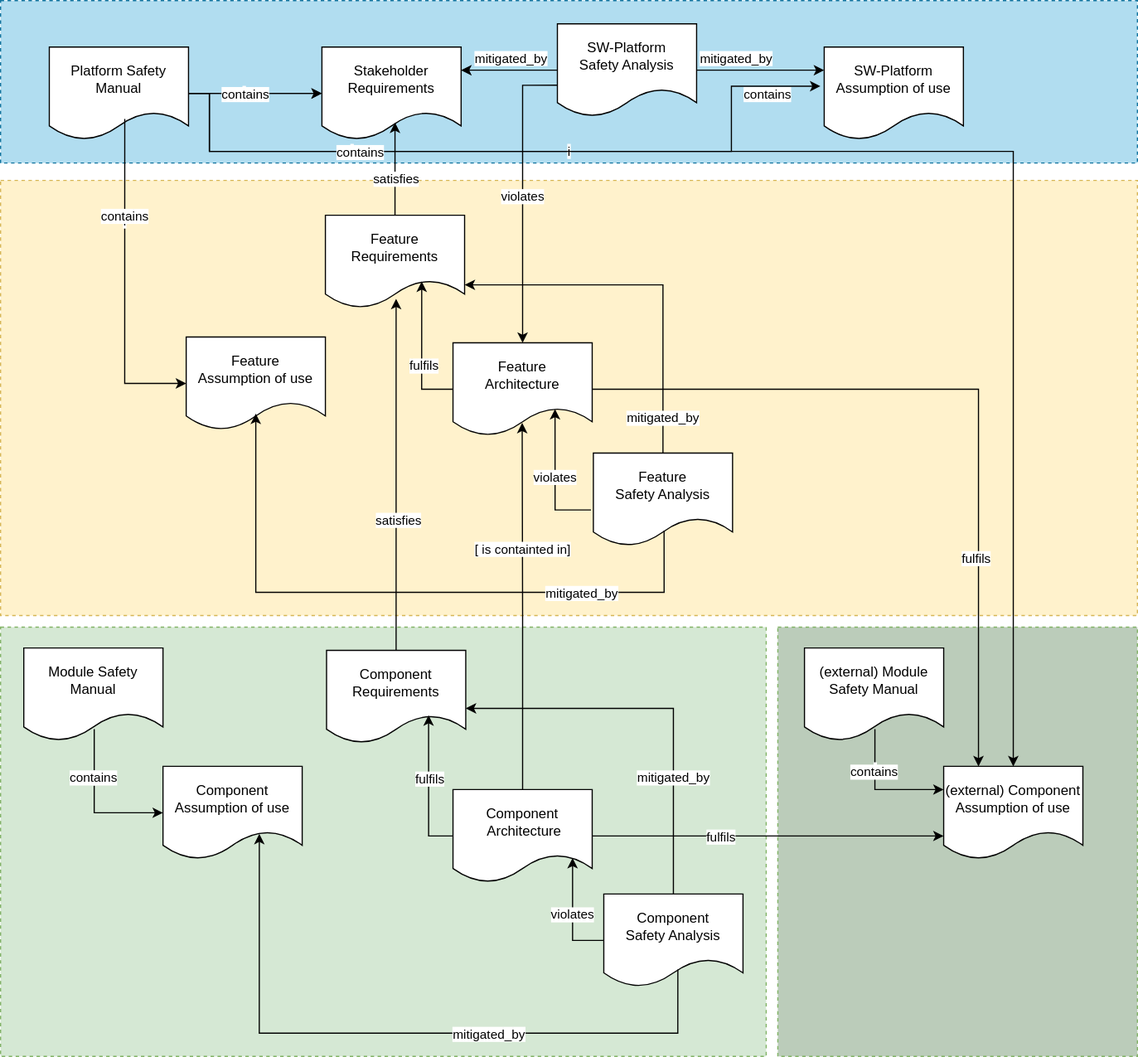
This is pr-461/_images/aou_traceability.drawio.svg from eclipse-score/process_description, a draw.io export, as it was before one commit. Source tidied: cells renumbered, new cells last; positions are measured from the earlier drawing's top-left corner, leaving out a move shared by most shapes. The source it was exported from:
```xml
<mxGraphModel>
  <root>
    <mxCell id="0" />
    <mxCell id="1" parent="0" />
    <mxCell id="2" style="rounded=0;whiteSpace=wrap;html=1;dashed=1;fillColor=#b1ddf0;strokeColor=#10739e;" parent="1" vertex="1">
      <mxGeometry width="980" height="140" as="geometry" />
    </mxCell>
    <mxCell id="3" style="rounded=0;whiteSpace=wrap;html=1;dashed=1;fillColor=#fff2cc;strokeColor=#d6b656;" parent="1" vertex="1">
      <mxGeometry y="155" width="980" height="375" as="geometry" />
    </mxCell>
    <mxCell id="4" style="rounded=0;whiteSpace=wrap;html=1;dashed=1;fillColor=#d5e8d4;strokeColor=#82b366;" parent="1" vertex="1">
      <mxGeometry y="540" width="660" height="370" as="geometry" />
    </mxCell>
    <mxCell id="5" value="i" style="edgeStyle=orthogonalEdgeStyle;rounded=0;jettySize=auto;html=1;endArrow=none;endFill=0;startArrow=classic;startFill=1;exitX=0;exitY=0.5;exitDx=0;exitDy=0;entryX=0.506;entryY=0.874;entryDx=0;entryDy=0;entryPerimeter=0;" parent="1" edge="1" source="7" target="22">
      <mxGeometry x="0.36" relative="1" as="geometry">
        <Array as="points">
          <mxPoint x="81" y="700" />
        </Array>
      </mxGeometry>
    </mxCell>
    <mxCell id="6" value="contains" style="edgeLabel;html=1;align=center;verticalAlign=middle;" parent="5" vertex="1">
      <mxGeometry x="0.44" relative="1" as="geometry">
        <mxPoint x="-1" y="5" as="offset" />
      </mxGeometry>
    </mxCell>
    <mxCell id="7" value="Component Assumption of use" style="shape=document;whiteSpace=wrap;html=1;boundedLbl=1;" parent="1" vertex="1">
      <mxGeometry x="140" y="660" width="120" height="80" as="geometry" />
    </mxCell>
    <mxCell id="8" value="Stakeholder&lt;br&gt;Requirements" style="shape=document;whiteSpace=wrap;html=1;boundedLbl=1;" parent="1" vertex="1">
      <mxGeometry x="277" y="40" width="120" height="80" as="geometry" />
    </mxCell>
    <mxCell id="9" style="edgeStyle=orthogonalEdgeStyle;rounded=0;jettySize=auto;html=1;entryX=0.525;entryY=0.813;entryDx=0;entryDy=0;entryPerimeter=0;" parent="1" edge="1" source="11" target="8">
      <mxGeometry relative="1" as="geometry" />
    </mxCell>
    <mxCell id="10" value="satisfies" style="edgeLabel;html=1;align=center;verticalAlign=middle;" parent="9" vertex="1">
      <mxGeometry x="-0.19" relative="1" as="geometry" />
    </mxCell>
    <mxCell id="11" value="Feature Requirements" style="shape=document;whiteSpace=wrap;html=1;boundedLbl=1;" parent="1" vertex="1">
      <mxGeometry x="280" y="185" width="120" height="80" as="geometry" />
    </mxCell>
    <mxCell id="12" style="edgeStyle=orthogonalEdgeStyle;rounded=0;jettySize=auto;html=1;entryX=0.508;entryY=0.9;entryDx=0;entryDy=0;entryPerimeter=0;" parent="1" edge="1" source="15" target="11">
      <mxGeometry relative="1" as="geometry" />
    </mxCell>
    <mxCell id="13" value="satisfies" style="edgeLabel;html=1;align=center;verticalAlign=middle;" parent="12" vertex="1">
      <mxGeometry x="-0.25" y="-2" relative="1" as="geometry" />
    </mxCell>
    <mxCell id="14" value="mitigated_by" style="edgeStyle=orthogonalEdgeStyle;rounded=0;jettySize=auto;html=1;entryX=0.5;entryY=0;entryDx=0;entryDy=0;exitX=1;exitY=0.625;exitDx=0;exitDy=0;exitPerimeter=0;startArrow=classic;startFill=1;endArrow=none;endFill=0;" parent="1" edge="1" source="15" target="24">
      <mxGeometry x="0.41" relative="1" as="geometry">
        <Array as="points">
          <mxPoint x="580" y="610" />
        </Array>
      </mxGeometry>
    </mxCell>
    <mxCell id="15" value="Component Requirements" style="shape=document;whiteSpace=wrap;html=1;boundedLbl=1;" parent="1" vertex="1">
      <mxGeometry x="281" y="560" width="120" height="80" as="geometry" />
    </mxCell>
    <mxCell id="16" style="edgeStyle=orthogonalEdgeStyle;rounded=0;jettySize=auto;html=1;entryX=0.733;entryY=0.7;entryDx=0;entryDy=0;entryPerimeter=0;exitX=0;exitY=0.5;exitDx=0;exitDy=0;" parent="1" edge="1" source="19" target="15">
      <mxGeometry relative="1" as="geometry" />
    </mxCell>
    <mxCell id="17" value="fulfils" style="edgeLabel;html=1;align=center;verticalAlign=middle;" parent="16" vertex="1">
      <mxGeometry x="-0.05" relative="1" as="geometry">
        <mxPoint x="1" y="-12" as="offset" />
      </mxGeometry>
    </mxCell>
    <mxCell id="18" value="[ is containted in]" style="edgeStyle=orthogonalEdgeStyle;rounded=0;jettySize=auto;html=1;entryX=0.497;entryY=0.862;entryDx=0;entryDy=0;entryPerimeter=0;" parent="1" edge="1" source="19" target="27">
      <mxGeometry x="0.29" relative="1" as="geometry">
        <mxPoint y="-2" as="offset" />
      </mxGeometry>
    </mxCell>
    <mxCell id="19" value="Component&lt;br&gt;&amp;nbsp;Architecture" style="shape=document;whiteSpace=wrap;html=1;boundedLbl=1;" parent="1" vertex="1">
      <mxGeometry x="390" y="680" width="120" height="80" as="geometry" />
    </mxCell>
    <mxCell id="20" style="edgeStyle=orthogonalEdgeStyle;rounded=0;jettySize=auto;html=1;entryX=0.692;entryY=0.713;entryDx=0;entryDy=0;entryPerimeter=0;exitX=0;exitY=0.5;exitDx=0;exitDy=0;" parent="1" edge="1" source="27" target="11">
      <mxGeometry relative="1" as="geometry" />
    </mxCell>
    <mxCell id="21" value="fulfils" style="edgeLabel;html=1;align=center;verticalAlign=middle;" parent="20" vertex="1">
      <mxGeometry x="-0.21" y="-1" relative="1" as="geometry" />
    </mxCell>
    <mxCell id="22" value="Module Safety Manual" style="shape=document;whiteSpace=wrap;html=1;boundedLbl=1;" parent="1" vertex="1">
      <mxGeometry x="20" y="558" width="120" height="80" as="geometry" />
    </mxCell>
    <mxCell id="23" value="violates" style="edgeStyle=orthogonalEdgeStyle;rounded=0;jettySize=auto;html=1;entryX=0.859;entryY=0.737;entryDx=0;entryDy=0;entryPerimeter=0;" parent="1" edge="1" source="24" target="19">
      <mxGeometry relative="1" as="geometry" />
    </mxCell>
    <mxCell id="24" value="Component&lt;br&gt;Safety Analysis" style="shape=document;whiteSpace=wrap;html=1;boundedLbl=1;" parent="1" vertex="1">
      <mxGeometry x="520" y="770" width="120" height="80" as="geometry" />
    </mxCell>
    <mxCell id="25" style="edgeStyle=orthogonalEdgeStyle;rounded=0;jettySize=auto;html=1;exitX=0.692;exitY=0.727;exitDx=0;exitDy=0;exitPerimeter=0;entryX=0.532;entryY=0.815;entryDx=0;entryDy=0;entryPerimeter=0;startArrow=classic;startFill=1;endArrow=none;endFill=0;" parent="1" edge="1" source="7" target="24">
      <mxGeometry relative="1" as="geometry">
        <Array as="points">
          <mxPoint x="223" y="890" />
          <mxPoint x="584" y="890" />
        </Array>
      </mxGeometry>
    </mxCell>
    <mxCell id="26" value="mitigated_by" style="edgeLabel;html=1;align=center;verticalAlign=middle;" parent="25" vertex="1">
      <mxGeometry x="-0.09" y="1" relative="1" as="geometry">
        <mxPoint x="103" y="1" as="offset" />
      </mxGeometry>
    </mxCell>
    <mxCell id="27" value="Feature&lt;br&gt;Architecture" style="shape=document;whiteSpace=wrap;html=1;boundedLbl=1;" parent="1" vertex="1">
      <mxGeometry x="390" y="295" width="120" height="80" as="geometry" />
    </mxCell>
    <mxCell id="28" value="&lt;div style=&quot;font-family: Consolas, &amp;quot;Courier New&amp;quot;, monospace; line-height: 19px;&quot;&gt;&lt;br&gt;&lt;/div&gt;" style="text;html=1;align=center;verticalAlign=middle;strokeColor=none;fillColor=none;fontSize=6;fontColor=#000000;" parent="1" vertex="1">
      <mxGeometry x="325" y="220" width="20" height="30" as="geometry" />
    </mxCell>
    <mxCell id="29" value="Feature&lt;br&gt;Safety Analysis" style="shape=document;whiteSpace=wrap;html=1;boundedLbl=1;" parent="1" vertex="1">
      <mxGeometry x="511" y="390" width="120" height="80" as="geometry" />
    </mxCell>
    <mxCell id="30" value="Feature&lt;br&gt;Assumption of use" style="shape=document;whiteSpace=wrap;html=1;boundedLbl=1;" parent="1" vertex="1">
      <mxGeometry x="160" y="290" width="120" height="80" as="geometry" />
    </mxCell>
    <mxCell id="31" style="edgeStyle=orthogonalEdgeStyle;rounded=0;jettySize=auto;html=1;entryX=0.508;entryY=0.838;entryDx=0;entryDy=0;entryPerimeter=0;exitX=0.5;exitY=0.825;exitDx=0;exitDy=0;exitPerimeter=0;startArrow=classic;startFill=1;endArrow=none;endFill=0;" parent="1" edge="1" source="30" target="29">
      <mxGeometry relative="1" as="geometry">
        <Array as="points">
          <mxPoint x="220" y="510" />
          <mxPoint x="572" y="510" />
        </Array>
      </mxGeometry>
    </mxCell>
    <mxCell id="32" value="mitigated_by" style="edgeLabel;html=1;align=center;verticalAlign=middle;" parent="31" vertex="1">
      <mxGeometry x="-0.09" y="1" relative="1" as="geometry">
        <mxPoint x="180" y="1" as="offset" />
      </mxGeometry>
    </mxCell>
    <mxCell id="33" style="edgeStyle=orthogonalEdgeStyle;rounded=0;jettySize=auto;html=1;" parent="1" edge="1" source="34" target="8">
      <mxGeometry relative="1" as="geometry" />
    </mxCell>
    <mxCell id="34" value="Platform Safety Manual" style="shape=document;whiteSpace=wrap;html=1;boundedLbl=1;" parent="1" vertex="1">
      <mxGeometry x="42" y="40" width="120" height="80" as="geometry" />
    </mxCell>
    <mxCell id="35" value="i" style="edgeStyle=orthogonalEdgeStyle;rounded=0;jettySize=auto;html=1;endArrow=none;endFill=0;startArrow=classic;startFill=1;exitX=0;exitY=0.5;exitDx=0;exitDy=0;entryX=0.542;entryY=0.775;entryDx=0;entryDy=0;entryPerimeter=0;" parent="1" edge="1" source="30" target="34">
      <mxGeometry x="0.37" relative="1" as="geometry">
        <Array as="points">
          <mxPoint x="107" y="330" />
        </Array>
      </mxGeometry>
    </mxCell>
    <mxCell id="36" value="contains" style="edgeLabel;html=1;align=center;verticalAlign=middle;" parent="35" vertex="1">
      <mxGeometry x="0.44" relative="1" as="geometry">
        <mxPoint x="-1" y="5" as="offset" />
      </mxGeometry>
    </mxCell>
    <mxCell id="37" value="i" style="edgeStyle=orthogonalEdgeStyle;rounded=0;jettySize=auto;html=1;endArrow=none;endFill=0;startArrow=classic;startFill=1;exitX=0;exitY=0.5;exitDx=0;exitDy=0;entryX=1;entryY=0.5;entryDx=0;entryDy=0;" parent="1" edge="1" source="8" target="34">
      <mxGeometry x="0.17" relative="1" as="geometry" />
    </mxCell>
    <mxCell id="38" value="contains" style="edgeLabel;html=1;align=center;verticalAlign=middle;" parent="37" vertex="1">
      <mxGeometry x="0.44" relative="1" as="geometry">
        <mxPoint x="16" as="offset" />
      </mxGeometry>
    </mxCell>
    <mxCell id="39" value="mitigated_by" style="edgeStyle=orthogonalEdgeStyle;rounded=0;jettySize=auto;html=1;entryX=0.5;entryY=0;entryDx=0;entryDy=0;exitX=1;exitY=0.75;exitDx=0;exitDy=0;startArrow=classic;startFill=1;endArrow=none;endFill=0;" parent="1" edge="1" source="11" target="29">
      <mxGeometry x="0.81" relative="1" as="geometry">
        <Array as="points">
          <mxPoint x="571" y="245" />
        </Array>
      </mxGeometry>
    </mxCell>
    <mxCell id="40" value="violates" style="edgeStyle=orthogonalEdgeStyle;rounded=0;jettySize=auto;html=1;entryX=0.733;entryY=0.713;entryDx=0;entryDy=0;entryPerimeter=0;exitX=-0.017;exitY=0.613;exitDx=0;exitDy=0;exitPerimeter=0;" parent="1" edge="1" source="29" target="27">
      <mxGeometry relative="1" as="geometry" />
    </mxCell>
    <mxCell id="41" style="rounded=0;whiteSpace=wrap;html=1;dashed=1;fillColor=#bbccba;strokeColor=#82b366;" parent="1" vertex="1">
      <mxGeometry x="670" y="540" width="310" height="370" as="geometry" />
    </mxCell>
    <mxCell id="42" value="i" style="edgeStyle=orthogonalEdgeStyle;rounded=0;jettySize=auto;html=1;endArrow=none;endFill=0;startArrow=classic;startFill=1;exitX=0;exitY=0.25;exitDx=0;exitDy=0;entryX=0.506;entryY=0.874;entryDx=0;entryDy=0;entryPerimeter=0;" parent="1" edge="1" source="44" target="45">
      <mxGeometry x="0.36" relative="1" as="geometry">
        <Array as="points">
          <mxPoint x="754" y="680" />
        </Array>
      </mxGeometry>
    </mxCell>
    <mxCell id="43" value="contains" style="edgeLabel;html=1;align=center;verticalAlign=middle;" parent="42" vertex="1">
      <mxGeometry x="0.44" relative="1" as="geometry">
        <mxPoint x="-1" y="5" as="offset" />
      </mxGeometry>
    </mxCell>
    <mxCell id="44" value="(external) Component Assumption of use" style="shape=document;whiteSpace=wrap;html=1;boundedLbl=1;" parent="1" vertex="1">
      <mxGeometry x="813" y="660" width="120" height="80" as="geometry" />
    </mxCell>
    <mxCell id="45" value="(external) Module Safety Manual" style="shape=document;whiteSpace=wrap;html=1;boundedLbl=1;" parent="1" vertex="1">
      <mxGeometry x="693" y="558" width="120" height="80" as="geometry" />
    </mxCell>
    <mxCell id="46" style="edgeStyle=orthogonalEdgeStyle;rounded=0;jettySize=auto;html=1;entryX=0;entryY=0.75;entryDx=0;entryDy=0;exitX=1;exitY=0.5;exitDx=0;exitDy=0;" parent="1" edge="1" source="19" target="44">
      <mxGeometry relative="1" as="geometry">
        <Array as="points">
          <mxPoint x="770" y="720" />
          <mxPoint x="770" y="720" />
        </Array>
      </mxGeometry>
    </mxCell>
    <mxCell id="47" value="fulfils" style="edgeLabel;html=1;align=center;verticalAlign=middle;" parent="46" vertex="1">
      <mxGeometry x="-0.05" relative="1" as="geometry">
        <mxPoint x="-34" as="offset" />
      </mxGeometry>
    </mxCell>
    <mxCell id="48" style="edgeStyle=orthogonalEdgeStyle;rounded=0;jettySize=auto;html=1;entryX=0.25;entryY=0;entryDx=0;entryDy=0;exitX=1;exitY=0.5;exitDx=0;exitDy=0;" parent="1" edge="1" source="27" target="44">
      <mxGeometry relative="1" as="geometry" />
    </mxCell>
    <mxCell id="49" value="fulfils" style="edgeLabel;html=1;align=center;verticalAlign=middle;" parent="48" vertex="1">
      <mxGeometry x="-0.05" relative="1" as="geometry">
        <mxPoint x="18" y="145" as="offset" />
      </mxGeometry>
    </mxCell>
    <mxCell id="50" value="i" style="edgeStyle=orthogonalEdgeStyle;rounded=0;jettySize=auto;html=1;endArrow=none;endFill=0;startArrow=classic;startFill=1;exitX=0.5;exitY=0;exitDx=0;exitDy=0;entryX=1;entryY=0.5;entryDx=0;entryDy=0;" parent="1" edge="1" source="44" target="34">
      <mxGeometry x="0.41" relative="1" as="geometry">
        <Array as="points">
          <mxPoint x="873" y="130" />
          <mxPoint x="180" y="130" />
          <mxPoint x="180" y="80" />
        </Array>
      </mxGeometry>
    </mxCell>
    <mxCell id="51" value="contains" style="edgeLabel;html=1;align=center;verticalAlign=middle;" parent="50" vertex="1">
      <mxGeometry x="0.44" relative="1" as="geometry">
        <mxPoint x="188" y="-50" as="offset" />
      </mxGeometry>
    </mxCell>
    <mxCell id="52" value="SW-Platform&lt;br&gt;Assumption of use" style="shape=document;whiteSpace=wrap;html=1;boundedLbl=1;" parent="1" vertex="1">
      <mxGeometry x="710" y="40" width="120" height="80" as="geometry" />
    </mxCell>
    <mxCell id="53" value="i" style="edgeStyle=orthogonalEdgeStyle;rounded=0;jettySize=auto;html=1;endArrow=none;endFill=0;startArrow=classic;startFill=1;exitX=-0.027;exitY=0.422;exitDx=0;exitDy=0;entryX=1;entryY=0.5;entryDx=0;entryDy=0;exitPerimeter=0;" parent="1" edge="1" source="52" target="34">
      <mxGeometry x="0.41" relative="1" as="geometry">
        <Array as="points">
          <mxPoint x="630" y="74" />
          <mxPoint x="630" y="130" />
          <mxPoint x="180" y="130" />
          <mxPoint x="180" y="80" />
        </Array>
      </mxGeometry>
    </mxCell>
    <mxCell id="54" value="contains" style="edgeLabel;html=1;align=center;verticalAlign=middle;" parent="53" vertex="1">
      <mxGeometry x="0.44" relative="1" as="geometry">
        <mxPoint x="16" as="offset" />
      </mxGeometry>
    </mxCell>
    <mxCell id="55" value="SW-Platform&lt;br&gt;Safety Analysis" style="shape=document;whiteSpace=wrap;html=1;boundedLbl=1;" parent="1" vertex="1">
      <mxGeometry x="480" y="20" width="120" height="80" as="geometry" />
    </mxCell>
    <mxCell id="56" value="mitigated_by" style="edgeStyle=orthogonalEdgeStyle;rounded=0;jettySize=auto;html=1;entryX=1;entryY=0.5;entryDx=0;entryDy=0;exitX=0;exitY=0.25;exitDx=0;exitDy=0;startArrow=classic;startFill=1;endArrow=none;endFill=0;" parent="1" edge="1" source="52" target="55">
      <mxGeometry x="0.38" y="-10" relative="1" as="geometry">
        <Array as="points">
          <mxPoint x="640" y="60" />
          <mxPoint x="640" y="60" />
        </Array>
      </mxGeometry>
    </mxCell>
    <mxCell id="57" value="mitigated_by" style="edgeStyle=orthogonalEdgeStyle;rounded=0;jettySize=auto;html=1;entryX=0;entryY=0.5;entryDx=0;entryDy=0;exitX=1;exitY=0.25;exitDx=0;exitDy=0;startArrow=classic;startFill=1;endArrow=none;endFill=0;" parent="1" edge="1" source="8" target="55">
      <mxGeometry x="0.04" y="10" relative="1" as="geometry">
        <Array as="points">
          <mxPoint x="460" y="60" />
          <mxPoint x="460" y="60" />
        </Array>
      </mxGeometry>
    </mxCell>
    <mxCell id="58" value="violates" style="edgeStyle=orthogonalEdgeStyle;rounded=0;jettySize=auto;html=1;entryX=0.5;entryY=0;entryDx=0;entryDy=0;exitX=0.003;exitY=0.662;exitDx=0;exitDy=0;exitPerimeter=0;" parent="1" edge="1" source="55" target="27">
      <mxGeometry relative="1" as="geometry" />
    </mxCell>
  </root>
</mxGraphModel>
```
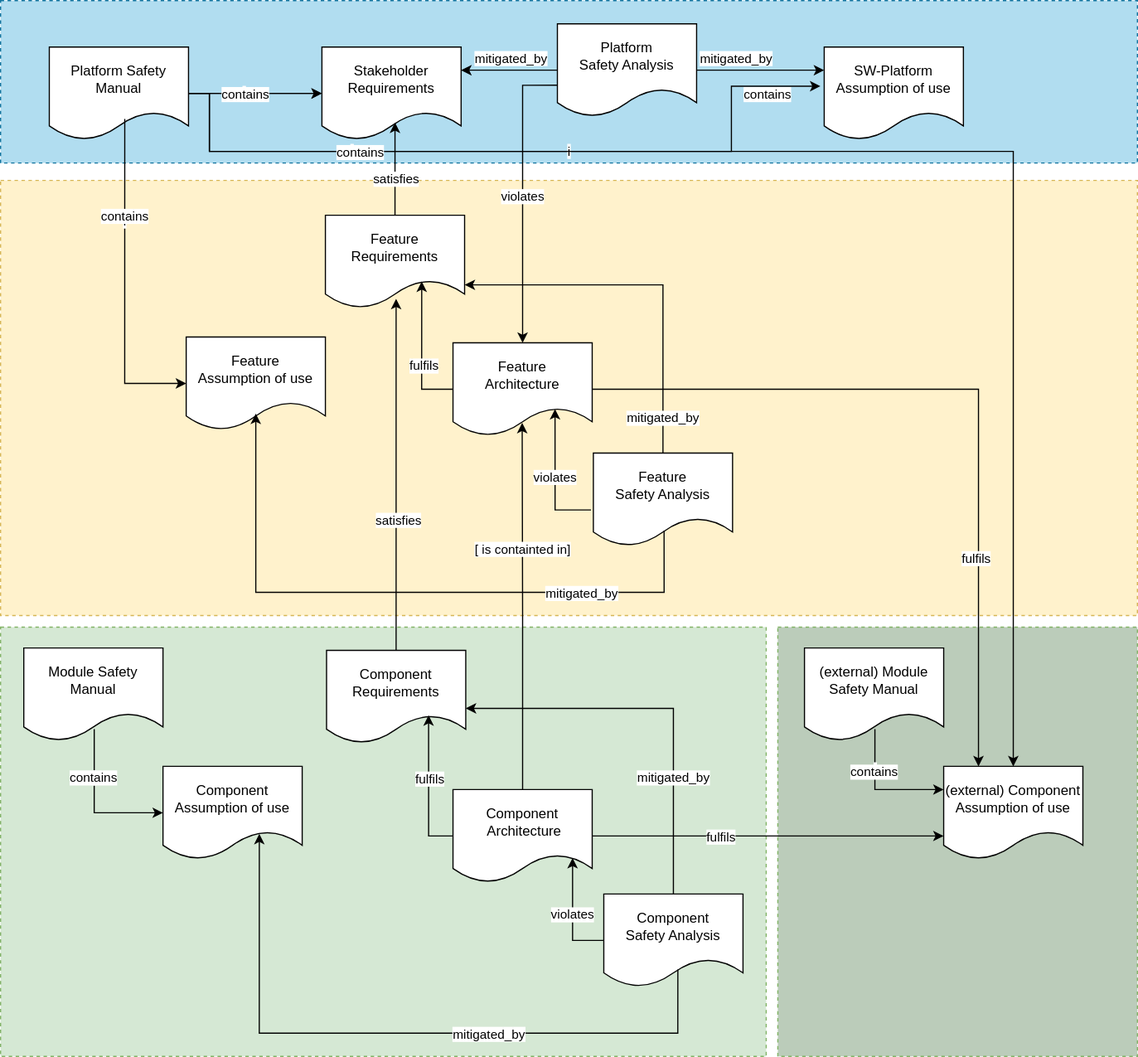
The same diagram one commit later.

Diff of the diagram source:
```diff
@@ -233,7 +233,7 @@
         <mxPoint x="16" as="offset" />
       </mxGeometry>
     </mxCell>
-    <mxCell id="55" value="SW-Platform&lt;br&gt;Safety Analysis" style="shape=document;whiteSpace=wrap;html=1;boundedLbl=1;" parent="1" vertex="1">
+    <mxCell id="55" value="Platform&lt;br&gt;Safety Analysis" style="shape=document;whiteSpace=wrap;html=1;boundedLbl=1;" parent="1" vertex="1">
       <mxGeometry x="480" y="20" width="120" height="80" as="geometry" />
     </mxCell>
     <mxCell id="56" value="mitigated_by" style="edgeStyle=orthogonalEdgeStyle;rounded=0;jettySize=auto;html=1;entryX=1;entryY=0.5;entryDx=0;entryDy=0;exitX=0;exitY=0.25;exitDx=0;exitDy=0;startArrow=classic;startFill=1;endArrow=none;endFill=0;" parent="1" edge="1" source="52" target="55">
```
